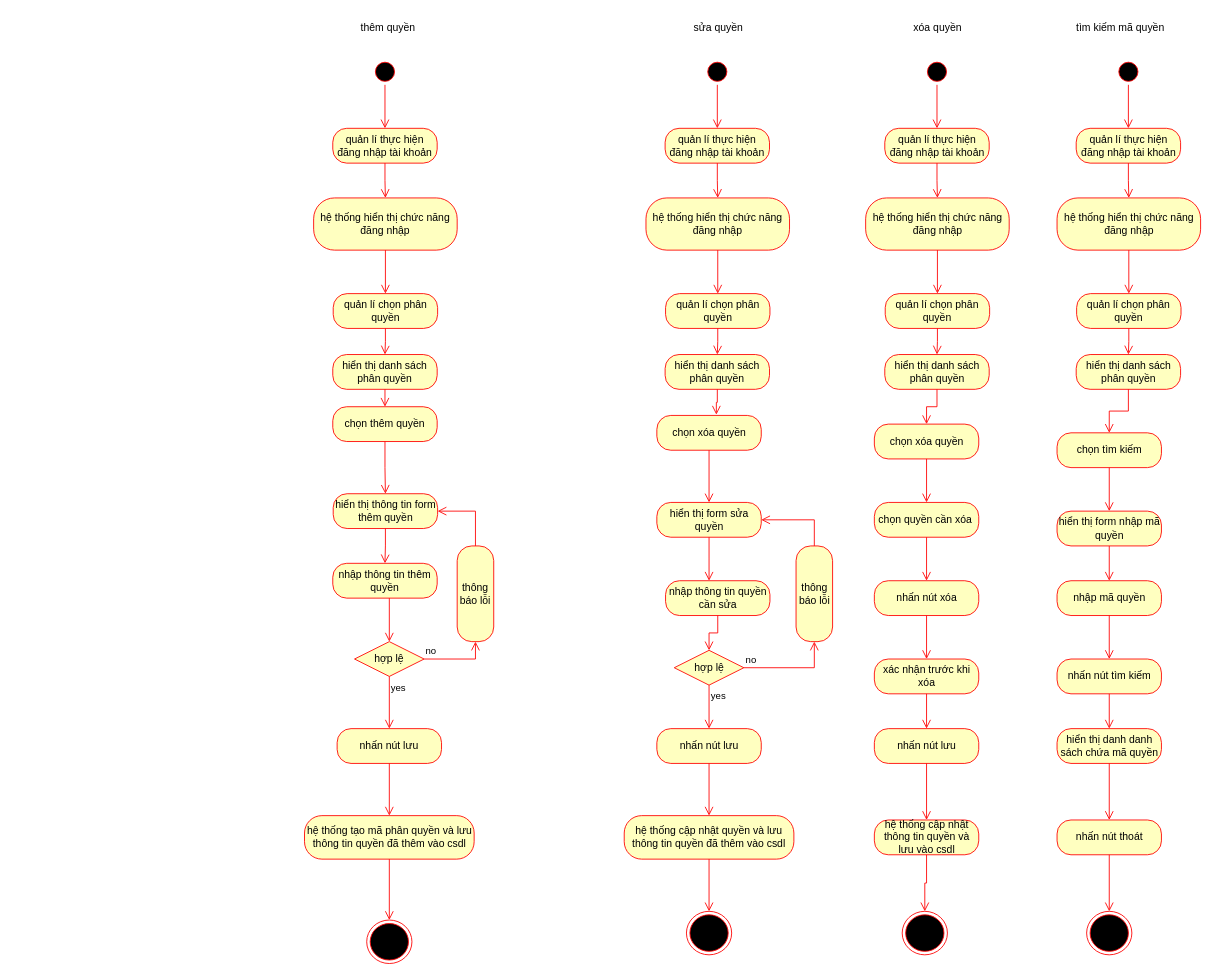
The draw.io diagram Login_TaiKhoan_QuanLiPhanQuyen/QuanLiPhanQuyen/Activity/Untitled Diagram.drawio in VoHoangDai/CNPM, before the edit. Source tidied: cells renumbered, new cells numbered last; positions are measured from the earlier drawing's top-left corner, leaving out a move shared by most shapes. Both pictures are drawn from the tidied source at 87%, with x=0, y=0 at pixel (304, 15).
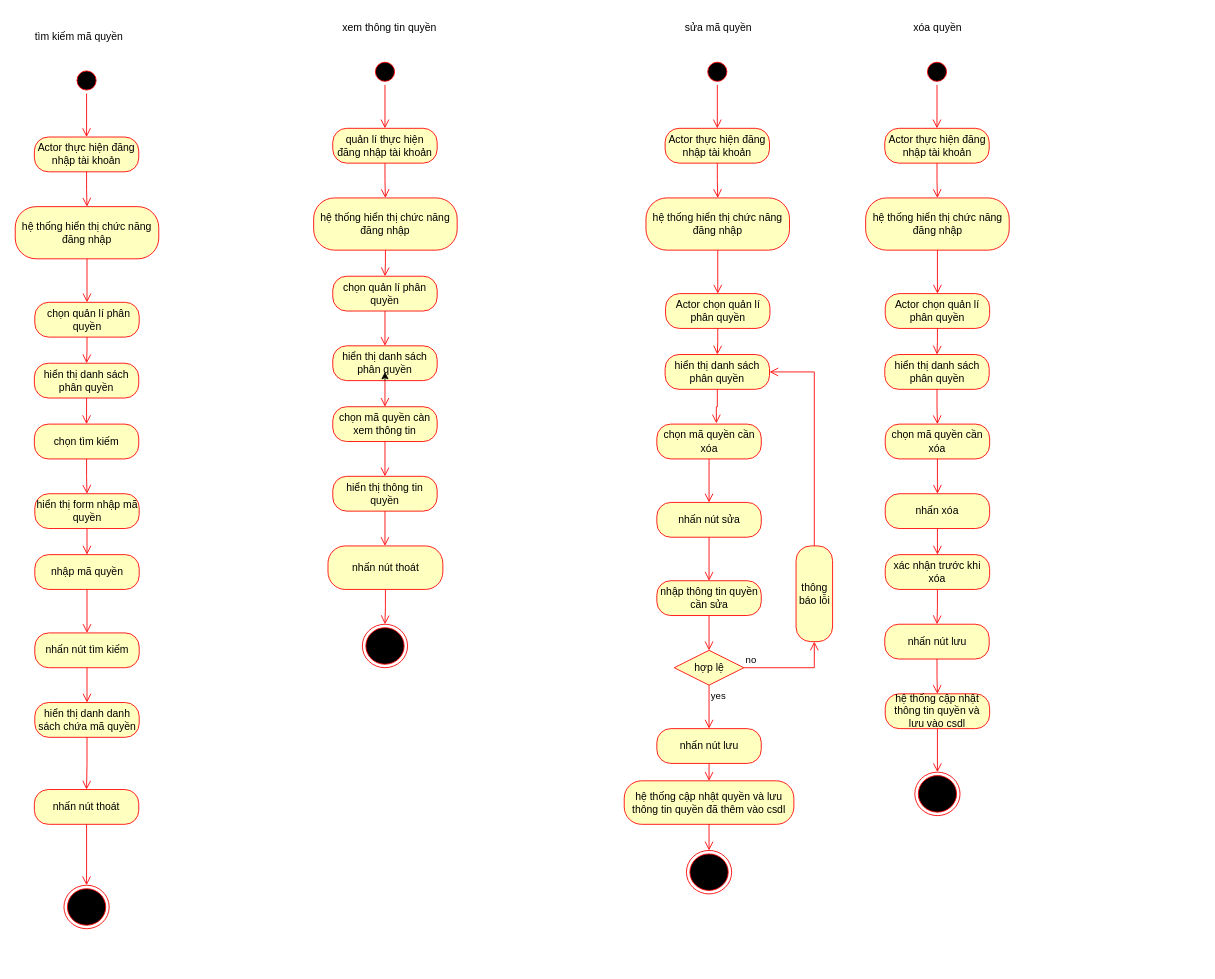
The same page after the edit.

The change refers to these unchanged cells:
```xml
<mxCell id="35" value="thông báo lỗi" style="rounded=1;whiteSpace=wrap;html=1;arcSize=40;fontColor=#000000;fillColor=#ffffc0;strokeColor=#ff0000;" parent="1" vertex="1">
  <mxGeometry x="565.5" y="610" width="42" height="110" as="geometry" />
</mxCell>
<mxCell id="68" value="hiển thị danh sách phân quyền" style="rounded=1;whiteSpace=wrap;html=1;arcSize=40;fontColor=#000000;fillColor=#ffffc0;strokeColor=#ff0000;" parent="1" vertex="1">
  <mxGeometry x="415" y="390" width="120" height="40" as="geometry" />
</mxCell>
```

What changed in the source:
```diff
@@
-    <mxCell id="8" value="quản lí chọn phân quyền" style="rounded=1;whiteSpace=wrap;html=1;arcSize=40;fontColor=#000000;fillColor=#ffffc0;strokeColor=#ff0000;" parent="1" vertex="1">
-      <mxGeometry x="33.5" y="320" width="120" height="40" as="geometry" />
+    <mxCell id="8" value="chọn quản lí phân quyền" style="rounded=1;whiteSpace=wrap;html=1;arcSize=40;fontColor=#000000;fillColor=#ffffc0;strokeColor=#ff0000;" parent="1" vertex="1">
+      <mxGeometry x="33" y="300" width="120" height="40" as="geometry" />
     </mxCell>
@@
     <mxCell id="10" value="hiển thị danh sách phân quyền" style="rounded=1;whiteSpace=wrap;html=1;arcSize=40;fontColor=#000000;fillColor=#ffffc0;strokeColor=#ff0000;" parent="1" vertex="1">
-      <mxGeometry x="33" y="390" width="120" height="40" as="geometry" />
+      <mxGeometry x="33" y="380" width="120" height="40" as="geometry" />
     </mxCell>
@@
-    <mxCell id="12" value="thêm quyền&amp;nbsp;" style="text;html=1;align=center;verticalAlign=middle;strokeColor=none;fillColor=none;" parent="1" vertex="1">
-      <mxGeometry x="53" width="90" height="30" as="geometry" />
+    <mxCell id="12" value="xem thông tin quyền" style="text;html=1;align=center;verticalAlign=middle;strokeColor=none;fillColor=none;" parent="1" vertex="1">
+      <mxGeometry x="33" width="130" height="30" as="geometry" />
     </mxCell>
-    <mxCell id="13" value="hiển thị thông tin form thêm quyền" style="rounded=1;whiteSpace=wrap;html=1;arcSize=40;fontColor=#000000;fillColor=#ffffc0;strokeColor=#ff0000;" parent="1" vertex="1">
-      <mxGeometry x="33.5" y="550" width="120" height="40" as="geometry" />
+    <mxCell id="13" value="hiển thị thông tin quyền" style="rounded=1;whiteSpace=wrap;html=1;arcSize=40;fontColor=#000000;fillColor=#ffffc0;strokeColor=#ff0000;" parent="1" vertex="1">
+      <mxGeometry x="33" y="530" width="120" height="40" as="geometry" />
     </mxCell>
-    <mxCell id="14" style="edgeStyle=orthogonalEdgeStyle;html=1;verticalAlign=bottom;endArrow=open;endSize=8;strokeColor=#ff0000;rounded=0;entryX=0.5;entryY=0;entryDx=0;entryDy=0;" parent="1" edge="1" source="13" target="15">
-      <mxGeometry relative="1" as="geometry" />
+    <mxCell id="14" style="edgeStyle=orthogonalEdgeStyle;html=1;verticalAlign=bottom;endArrow=open;endSize=8;strokeColor=#ff0000;rounded=0;" parent="1" edge="1" source="13" target="24">
+      <mxGeometry relative="1" as="geometry">
+        <Array as="points">
+          <mxPoint x="94" y="640" />
+          <mxPoint x="94" y="640" />
+        </Array>
+      </mxGeometry>
     </mxCell>
-    <mxCell id="15" value="nhập thông tin thêm quyền" style="rounded=1;whiteSpace=wrap;html=1;arcSize=40;fontColor=#000000;fillColor=#ffffc0;strokeColor=#ff0000;" parent="1" vertex="1">
-      <mxGeometry x="33" y="630" width="120" height="40" as="geometry" />
-    </mxCell>
-    <mxCell id="16" style="edgeStyle=orthogonalEdgeStyle;html=1;verticalAlign=bottom;endArrow=open;endSize=8;strokeColor=#ff0000;rounded=0;entryX=0.5;entryY=0;entryDx=0;entryDy=0;" parent="1" edge="1" source="15" target="17">
-      <mxGeometry relative="1" as="geometry">
-        <Array as="points">
-          <mxPoint x="98" y="720" />
-        </Array>
-      </mxGeometry>
-    </mxCell>
-    <mxCell id="17" value="hợp lệ" style="rhombus;whiteSpace=wrap;html=1;fillColor=#ffffc0;strokeColor=#ff0000;" parent="1" vertex="1">
-      <mxGeometry x="58" y="720" width="80" height="40" as="geometry" />
-    </mxCell>
-    <mxCell id="18" value="no" style="edgeStyle=orthogonalEdgeStyle;html=1;align=left;verticalAlign=bottom;endArrow=open;endSize=8;strokeColor=#ff0000;rounded=0;exitX=1;exitY=0.5;exitDx=0;exitDy=0;entryX=0.5;entryY=1;entryDx=0;entryDy=0;" parent="1" edge="1" source="17" target="20">
-      <mxGeometry x="-1" relative="1" as="geometry" />
-    </mxCell>
-    <mxCell id="19" value="yes" style="edgeStyle=orthogonalEdgeStyle;html=1;align=left;verticalAlign=top;endArrow=open;endSize=8;strokeColor=#ff0000;rounded=0;exitX=0.5;exitY=1;exitDx=0;exitDy=0;entryX=0.5;entryY=0;entryDx=0;entryDy=0;" parent="1" edge="1" source="17" target="22">
-      <mxGeometry x="-1" relative="1" as="geometry" />
-    </mxCell>
-    <mxCell id="20" value="thông báo lỗi" style="rounded=1;whiteSpace=wrap;html=1;arcSize=40;fontColor=#000000;fillColor=#ffffc0;strokeColor=#ff0000;" parent="1" vertex="1">
-      <mxGeometry x="176" y="610" width="42" height="110" as="geometry" />
-    </mxCell>
-    <mxCell id="21" style="edgeStyle=orthogonalEdgeStyle;html=1;verticalAlign=bottom;endArrow=open;endSize=8;strokeColor=#ff0000;rounded=0;exitX=0.5;exitY=0;exitDx=0;exitDy=0;entryX=1;entryY=0.5;entryDx=0;entryDy=0;" parent="1" edge="1" source="20" target="13">
-      <mxGeometry relative="1" as="geometry" />
-    </mxCell>
-    <mxCell id="22" value="nhấn nút lưu" style="rounded=1;whiteSpace=wrap;html=1;arcSize=40;fontColor=#000000;fillColor=#ffffc0;strokeColor=#ff0000;" parent="1" vertex="1">
-      <mxGeometry x="38" y="820" width="120" height="40" as="geometry" />
-    </mxCell>
-    <mxCell id="23" style="edgeStyle=orthogonalEdgeStyle;html=1;verticalAlign=bottom;endArrow=open;endSize=8;strokeColor=#ff0000;rounded=0;entryX=0.5;entryY=0;entryDx=0;entryDy=0;" parent="1" edge="1" source="22" target="24">
-      <mxGeometry relative="1" as="geometry" />
-    </mxCell>
-    <mxCell id="24" value="hệ thống tạo mã phân quyền và lưu thông tin quyền đã thêm vào csdl" style="rounded=1;whiteSpace=wrap;html=1;arcSize=40;fontColor=#000000;fillColor=#ffffc0;strokeColor=#ff0000;" parent="1" vertex="1">
-      <mxGeometry x="0.5" y="920" width="195" height="50" as="geometry" />
+    <mxCell id="24" value="nhấn nút thoát" style="rounded=1;whiteSpace=wrap;html=1;arcSize=40;fontColor=#000000;fillColor=#ffffc0;strokeColor=#ff0000;" parent="1" vertex="1">
+      <mxGeometry x="27.5" y="610" width="132" height="50" as="geometry" />
     </mxCell>
@@
     <mxCell id="26" style="ellipse;html=1;shape=endState;fillColor=#000000;strokeColor=#ff0000;" parent="1" vertex="1">
-      <mxGeometry x="72" y="1040" width="52" height="50" as="geometry" />
+      <mxGeometry x="67" y="700" width="52" height="50" as="geometry" />
     </mxCell>
-    <mxCell id="27" value="sửa quyền" style="text;html=1;align=center;verticalAlign=middle;strokeColor=none;fillColor=none;" parent="1" vertex="1">
-      <mxGeometry x="435.5" width="80" height="30" as="geometry" />
+    <mxCell id="27" value="sửa mã quyền" style="text;html=1;align=center;verticalAlign=middle;strokeColor=none;fillColor=none;" parent="1" vertex="1">
+      <mxGeometry x="425.5" width="100" height="30" as="geometry" />
     </mxCell>
-    <mxCell id="28" value="hiển thị form sửa quyền" style="rounded=1;whiteSpace=wrap;html=1;arcSize=40;fontColor=#000000;fillColor=#ffffc0;strokeColor=#ff0000;" parent="1" vertex="1">
+    <mxCell id="28" value="nhấn nút sửa" style="rounded=1;whiteSpace=wrap;html=1;arcSize=40;fontColor=#000000;fillColor=#ffffc0;strokeColor=#ff0000;" parent="1" vertex="1">
       <mxGeometry x="405.5" y="560" width="120" height="40" as="geometry" />
     </mxCell>
@@
     <mxCell id="30" value="nhập thông tin quyền cần sửa" style="rounded=1;whiteSpace=wrap;html=1;arcSize=40;fontColor=#000000;fillColor=#ffffc0;strokeColor=#ff0000;" parent="1" vertex="1">
-      <mxGeometry x="415.5" y="650" width="120" height="40" as="geometry" />
+      <mxGeometry x="405.5" y="650" width="120" height="40" as="geometry" />
     </mxCell>
@@
-    <mxCell id="36" style="edgeStyle=orthogonalEdgeStyle;html=1;verticalAlign=bottom;endArrow=open;endSize=8;strokeColor=#ff0000;rounded=0;exitX=0.5;exitY=0;exitDx=0;exitDy=0;entryX=1;entryY=0.5;entryDx=0;entryDy=0;" parent="1" edge="1" source="35" target="28">
+    <mxCell id="36" style="edgeStyle=orthogonalEdgeStyle;html=1;verticalAlign=bottom;endArrow=open;endSize=8;strokeColor=#ff0000;rounded=0;exitX=0.5;exitY=0;exitDx=0;exitDy=0;entryX=1;entryY=0.5;entryDx=0;entryDy=0;" parent="1" edge="1" source="35" target="68">
       <mxGeometry relative="1" as="geometry" />
     </mxCell>
@@
     <mxCell id="38" value="hệ thống cập nhật quyền và lưu thông tin quyền đã thêm vào csdl" style="rounded=1;whiteSpace=wrap;html=1;arcSize=40;fontColor=#000000;fillColor=#ffffc0;strokeColor=#ff0000;" parent="1" vertex="1">
-      <mxGeometry x="368" y="920" width="195" height="50" as="geometry" />
+      <mxGeometry x="368" y="880" width="195" height="50" as="geometry" />
     </mxCell>
@@
-    <mxCell id="41" value="chọn quyền cần xóa&amp;nbsp;" style="rounded=1;whiteSpace=wrap;html=1;arcSize=40;fontColor=#000000;fillColor=#ffffc0;strokeColor=#ff0000;" parent="1" vertex="1">
-      <mxGeometry x="655.5" y="560" width="120" height="40" as="geometry" />
+    <mxCell id="41" value="nhấn xóa" style="rounded=1;whiteSpace=wrap;html=1;arcSize=40;fontColor=#000000;fillColor=#ffffc0;strokeColor=#ff0000;" parent="1" vertex="1">
+      <mxGeometry x="668" y="550" width="120" height="40" as="geometry" />
     </mxCell>
-    <mxCell id="42" style="edgeStyle=orthogonalEdgeStyle;html=1;verticalAlign=bottom;endArrow=open;endSize=8;strokeColor=#ff0000;rounded=0;entryX=0.5;entryY=0;entryDx=0;entryDy=0;" parent="1" edge="1" source="41" target="43">
+    <mxCell id="42" style="edgeStyle=orthogonalEdgeStyle;html=1;verticalAlign=bottom;endArrow=open;endSize=8;strokeColor=#ff0000;rounded=0;entryX=0.5;entryY=0;entryDx=0;entryDy=0;" parent="1" edge="1" source="41" target="45">
       <mxGeometry relative="1" as="geometry" />
     </mxCell>
-    <mxCell id="43" value="nhấn nút xóa" style="rounded=1;whiteSpace=wrap;html=1;arcSize=40;fontColor=#000000;fillColor=#ffffc0;strokeColor=#ff0000;" parent="1" vertex="1">
-      <mxGeometry x="655.5" y="650" width="120" height="40" as="geometry" />
-    </mxCell>
-    <mxCell id="44" style="edgeStyle=orthogonalEdgeStyle;html=1;verticalAlign=bottom;endArrow=open;endSize=8;strokeColor=#ff0000;rounded=0;entryX=0.5;entryY=0;entryDx=0;entryDy=0;" parent="1" edge="1" source="43" target="45">
-      <mxGeometry relative="1" as="geometry" />
-    </mxCell>
     <mxCell id="45" value="xác nhận trước khi xóa" style="rounded=1;whiteSpace=wrap;html=1;arcSize=40;fontColor=#000000;fillColor=#ffffc0;strokeColor=#ff0000;" parent="1" vertex="1">
-      <mxGeometry x="655.5" y="740" width="120" height="40" as="geometry" />
+      <mxGeometry x="668" y="620" width="120" height="40" as="geometry" />
     </mxCell>
@@
     <mxCell id="47" value="nhấn nút lưu" style="rounded=1;whiteSpace=wrap;html=1;arcSize=40;fontColor=#000000;fillColor=#ffffc0;strokeColor=#ff0000;" parent="1" vertex="1">
-      <mxGeometry x="655.5" y="820" width="120" height="40" as="geometry" />
+      <mxGeometry x="667.5" y="700" width="120" height="40" as="geometry" />
     </mxCell>
@@
     <mxCell id="49" value="hệ thống cập nhật thông tin quyền và lưu vào csdl" style="rounded=1;whiteSpace=wrap;html=1;arcSize=40;fontColor=#000000;fillColor=#ffffc0;strokeColor=#ff0000;" parent="1" vertex="1">
-      <mxGeometry x="655.5" y="925" width="120" height="40" as="geometry" />
+      <mxGeometry x="668" y="780" width="120" height="40" as="geometry" />
     </mxCell>
     <mxCell id="50" value="tìm kiếm mã quyền" style="text;html=1;align=center;verticalAlign=middle;strokeColor=none;fillColor=none;" parent="1" vertex="1">
-      <mxGeometry x="878" width="120" height="30" as="geometry" />
+      <mxGeometry x="-319.5" y="10" width="120" height="30" as="geometry" />
     </mxCell>
     <mxCell id="51" value="hiển thị form nhập mã quyền" style="rounded=1;whiteSpace=wrap;html=1;arcSize=40;fontColor=#000000;fillColor=#ffffc0;strokeColor=#ff0000;" parent="1" vertex="1">
-      <mxGeometry x="865.5" y="570" width="120" height="40" as="geometry" />
+      <mxGeometry x="-309.5" y="550" width="120" height="40" as="geometry" />
     </mxCell>
@@
     <mxCell id="53" value="nhập mã quyền" style="rounded=1;whiteSpace=wrap;html=1;arcSize=40;fontColor=#000000;fillColor=#ffffc0;strokeColor=#ff0000;" parent="1" vertex="1">
-      <mxGeometry x="865.5" y="650" width="120" height="40" as="geometry" />
+      <mxGeometry x="-309.5" y="620" width="120" height="40" as="geometry" />
     </mxCell>
@@
     <mxCell id="55" value="nhấn nút tìm kiếm" style="rounded=1;whiteSpace=wrap;html=1;arcSize=40;fontColor=#000000;fillColor=#ffffc0;strokeColor=#ff0000;" parent="1" vertex="1">
-      <mxGeometry x="865.5" y="740" width="120" height="40" as="geometry" />
+      <mxGeometry x="-309.5" y="710" width="120" height="40" as="geometry" />
     </mxCell>
     <mxCell id="56" value="hiển thị danh danh sách chứa mã quyền" style="rounded=1;whiteSpace=wrap;html=1;arcSize=40;fontColor=#000000;fillColor=#ffffc0;strokeColor=#ff0000;" parent="1" vertex="1">
-      <mxGeometry x="865.5" y="820" width="120" height="40" as="geometry" />
+      <mxGeometry x="-309.5" y="790" width="120" height="40" as="geometry" />
     </mxCell>
@@
     <mxCell id="59" value="nhấn nút thoát" style="rounded=1;whiteSpace=wrap;html=1;arcSize=40;fontColor=#000000;fillColor=#ffffc0;strokeColor=#ff0000;" parent="1" vertex="1">
-      <mxGeometry x="865.5" y="925" width="120" height="40" as="geometry" />
+      <mxGeometry x="-310" y="890" width="120" height="40" as="geometry" />
     </mxCell>
@@
-    <mxCell id="62" value="quản lí thực hiện đăng nhập tài khoản" style="rounded=1;whiteSpace=wrap;html=1;arcSize=40;fontColor=#000000;fillColor=#ffffc0;strokeColor=#ff0000;" parent="1" vertex="1">
+    <mxCell id="62" value="Actor thực hiện đăng nhập tài khoản" style="rounded=1;whiteSpace=wrap;html=1;arcSize=40;fontColor=#000000;fillColor=#ffffc0;strokeColor=#ff0000;" parent="1" vertex="1">
       <mxGeometry x="415" y="130" width="120" height="40" as="geometry" />
     </mxCell>
@@
-    <mxCell id="66" value="quản lí chọn phân quyền" style="rounded=1;whiteSpace=wrap;html=1;arcSize=40;fontColor=#000000;fillColor=#ffffc0;strokeColor=#ff0000;" parent="1" vertex="1">
+    <mxCell id="66" value="Actor chọn quản lí phân quyền" style="rounded=1;whiteSpace=wrap;html=1;arcSize=40;fontColor=#000000;fillColor=#ffffc0;strokeColor=#ff0000;" parent="1" vertex="1">
       <mxGeometry x="415.5" y="320" width="120" height="40" as="geometry" />
     </mxCell>
@@
-    <mxCell id="71" value="quản lí thực hiện đăng nhập tài khoản" style="rounded=1;whiteSpace=wrap;html=1;arcSize=40;fontColor=#000000;fillColor=#ffffc0;strokeColor=#ff0000;" parent="1" vertex="1">
+    <mxCell id="71" value="Actor thực hiện đăng nhập tài khoản" style="rounded=1;whiteSpace=wrap;html=1;arcSize=40;fontColor=#000000;fillColor=#ffffc0;strokeColor=#ff0000;" parent="1" vertex="1">
       <mxGeometry x="667.5" y="130" width="120" height="40" as="geometry" />
     </mxCell>
@@
-    <mxCell id="75" value="quản lí chọn phân quyền" style="rounded=1;whiteSpace=wrap;html=1;arcSize=40;fontColor=#000000;fillColor=#ffffc0;strokeColor=#ff0000;" parent="1" vertex="1">
+    <mxCell id="75" value="Actor chọn quản lí phân quyền" style="rounded=1;whiteSpace=wrap;html=1;arcSize=40;fontColor=#000000;fillColor=#ffffc0;strokeColor=#ff0000;" parent="1" vertex="1">
       <mxGeometry x="668" y="320" width="120" height="40" as="geometry" />
     </mxCell>
@@
     <mxCell id="78" style="ellipse;html=1;shape=startState;fillColor=#000000;strokeColor=#ff0000;" parent="1" vertex="1">
-      <mxGeometry x="932.5" y="50" width="30" height="30" as="geometry" />
+      <mxGeometry x="-265" y="60" width="30" height="30" as="geometry" />
     </mxCell>
@@
-    <mxCell id="80" value="quản lí thực hiện đăng nhập tài khoản" style="rounded=1;whiteSpace=wrap;html=1;arcSize=40;fontColor=#000000;fillColor=#ffffc0;strokeColor=#ff0000;" parent="1" vertex="1">
-      <mxGeometry x="887.5" y="130" width="120" height="40" as="geometry" />
+    <mxCell id="80" value="Actor thực hiện đăng nhập tài khoản" style="rounded=1;whiteSpace=wrap;html=1;arcSize=40;fontColor=#000000;fillColor=#ffffc0;strokeColor=#ff0000;" parent="1" vertex="1">
+      <mxGeometry x="-310" y="140" width="120" height="40" as="geometry" />
     </mxCell>
@@
     <mxCell id="82" value="hệ thống hiển thị chức năng đăng nhập" style="rounded=1;whiteSpace=wrap;html=1;arcSize=40;fontColor=#000000;fillColor=#ffffc0;strokeColor=#ff0000;" parent="1" vertex="1">
-      <mxGeometry x="865.5" y="210" width="165" height="60" as="geometry" />
+      <mxGeometry x="-332" y="220" width="165" height="60" as="geometry" />
     </mxCell>
@@
-    <mxCell id="84" value="quản lí chọn phân quyền" style="rounded=1;whiteSpace=wrap;html=1;arcSize=40;fontColor=#000000;fillColor=#ffffc0;strokeColor=#ff0000;" parent="1" vertex="1">
-      <mxGeometry x="888" y="320" width="120" height="40" as="geometry" />
+    <mxCell id="84" value="&amp;nbsp;chọn quản lí phân quyền" style="rounded=1;whiteSpace=wrap;html=1;arcSize=40;fontColor=#000000;fillColor=#ffffc0;strokeColor=#ff0000;" parent="1" vertex="1">
+      <mxGeometry x="-309.5" y="330" width="120" height="40" as="geometry" />
     </mxCell>
@@
     <mxCell id="86" value="hiển thị danh sách phân quyền" style="rounded=1;whiteSpace=wrap;html=1;arcSize=40;fontColor=#000000;fillColor=#ffffc0;strokeColor=#ff0000;" parent="1" vertex="1">
-      <mxGeometry x="887.5" y="390" width="120" height="40" as="geometry" />
+      <mxGeometry x="-310" y="400" width="120" height="40" as="geometry" />
     </mxCell>
-    <mxCell id="87" value="chọn thêm quyền" style="rounded=1;whiteSpace=wrap;html=1;arcSize=40;fontColor=#000000;fillColor=#ffffc0;strokeColor=#ff0000;" parent="1" vertex="1">
+    <mxCell id="87" value="chọn mã quyền càn xem thông tin" style="rounded=1;whiteSpace=wrap;html=1;arcSize=40;fontColor=#000000;fillColor=#ffffc0;strokeColor=#ff0000;" parent="1" vertex="1">
       <mxGeometry x="33" y="450" width="120" height="40" as="geometry" />
     </mxCell>
@@
-    <mxCell id="89" value="chọn xóa quyền" style="rounded=1;whiteSpace=wrap;html=1;arcSize=40;fontColor=#000000;fillColor=#ffffc0;strokeColor=#ff0000;" parent="1" vertex="1">
-      <mxGeometry x="405.5" y="460" width="120" height="40" as="geometry" />
+    <mxCell id="89" value="chọn mã quyền cần xóa" style="rounded=1;whiteSpace=wrap;html=1;arcSize=40;fontColor=#000000;fillColor=#ffffc0;strokeColor=#ff0000;" parent="1" vertex="1">
+      <mxGeometry x="405.5" y="470" width="120" height="40" as="geometry" />
     </mxCell>
@@
-    <mxCell id="92" value="chọn xóa quyền" style="rounded=1;whiteSpace=wrap;html=1;arcSize=40;fontColor=#000000;fillColor=#ffffc0;strokeColor=#ff0000;" parent="1" vertex="1">
-      <mxGeometry x="655.5" y="470" width="120" height="40" as="geometry" />
+    <mxCell id="92" value="chọn mã quyền cần xóa" style="rounded=1;whiteSpace=wrap;html=1;arcSize=40;fontColor=#000000;fillColor=#ffffc0;strokeColor=#ff0000;" parent="1" vertex="1">
+      <mxGeometry x="668" y="470" width="120" height="40" as="geometry" />
     </mxCell>
@@
     <mxCell id="95" value="chọn tìm kiếm" style="rounded=1;whiteSpace=wrap;html=1;arcSize=40;fontColor=#000000;fillColor=#ffffc0;strokeColor=#ff0000;" parent="1" vertex="1">
-      <mxGeometry x="865.5" y="480" width="120" height="40" as="geometry" />
+      <mxGeometry x="-310" y="470" width="120" height="40" as="geometry" />
     </mxCell>
@@
     <mxCell id="98" style="ellipse;html=1;shape=endState;fillColor=#000000;strokeColor=#ff0000;" parent="1" vertex="1">
-      <mxGeometry x="439.5" y="1030" width="52" height="50" as="geometry" />
+      <mxGeometry x="439.5" y="960" width="52" height="50" as="geometry" />
     </mxCell>
@@
     <mxCell id="100" style="ellipse;html=1;shape=endState;fillColor=#000000;strokeColor=#ff0000;" parent="1" vertex="1">
-      <mxGeometry x="687.5" y="1030" width="52" height="50" as="geometry" />
+      <mxGeometry x="702" y="870" width="52" height="50" as="geometry" />
     </mxCell>
     <mxCell id="101" style="ellipse;html=1;shape=endState;fillColor=#000000;strokeColor=#ff0000;" parent="1" vertex="1">
-      <mxGeometry x="899.5" y="1030" width="52" height="50" as="geometry" />
+      <mxGeometry x="-276" y="1000" width="52" height="50" as="geometry" />
     </mxCell>
@@
+    <mxCell id="104" style="edgeStyle=orthogonalEdgeStyle;rounded=0;orthogonalLoop=1;jettySize=auto;html=1;exitX=0.5;exitY=1;exitDx=0;exitDy=0;entryX=0.5;entryY=0.75;entryDx=0;entryDy=0;entryPerimeter=0;" parent="1" edge="1" source="10" target="10">
+      <mxGeometry relative="1" as="geometry" />
+    </mxCell>
```
